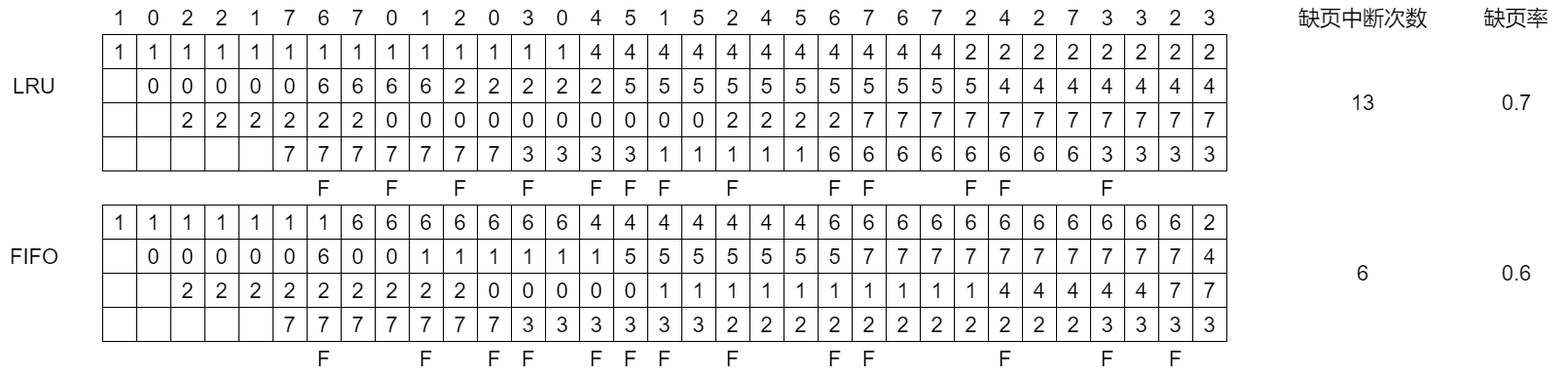
This is c.png from d12905/img, a draw.io export, as it was before one commit. Source tidied: cells renumbered, new cells last; positions are measured from the earlier drawing's top-left corner, leaving out a move shared by most shapes.
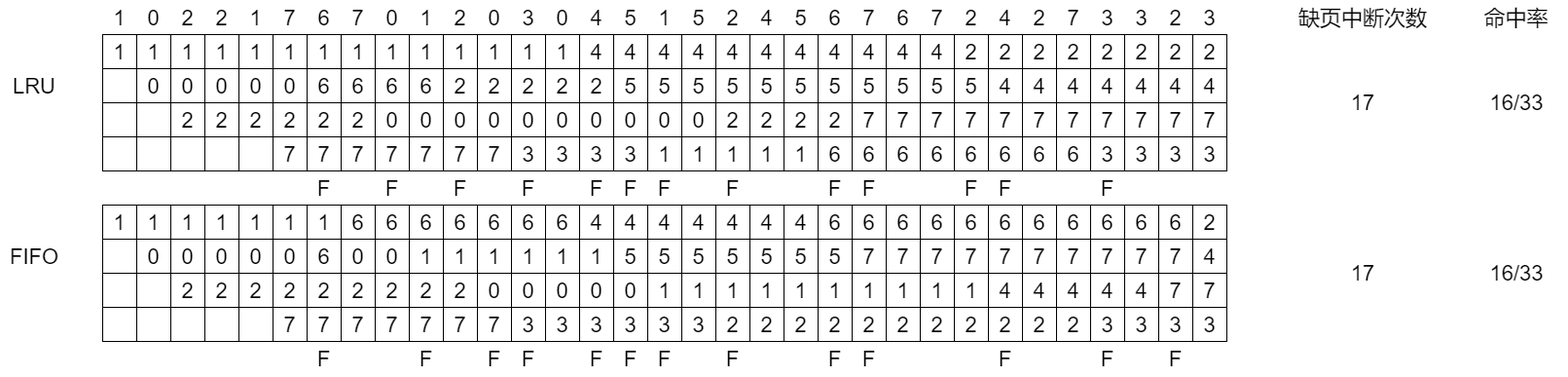
The same diagram one commit later.

Diff of the diagram source:
```diff
@@ -1007,19 +1007,19 @@
     <mxCell id="336" value="缺页中断次数" style="text;html=1;strokeColor=none;fillColor=none;align=center;verticalAlign=middle;whiteSpace=wrap;rounded=0;fontSize=22;" parent="1" vertex="1">
       <mxGeometry x="1330" width="140" height="35" as="geometry" />
     </mxCell>
-    <mxCell id="337" value="13" style="text;html=1;strokeColor=none;fillColor=none;align=center;verticalAlign=middle;whiteSpace=wrap;rounded=0;fontSize=22;" parent="1" vertex="1">
+    <mxCell id="337" value="17" style="text;html=1;strokeColor=none;fillColor=none;align=center;verticalAlign=middle;whiteSpace=wrap;rounded=0;fontSize=22;" parent="1" vertex="1">
       <mxGeometry x="1365" y="87.5" width="70" height="35" as="geometry" />
     </mxCell>
-    <mxCell id="338" value="6" style="text;html=1;strokeColor=none;fillColor=none;align=center;verticalAlign=middle;whiteSpace=wrap;rounded=0;fontSize=22;" parent="1" vertex="1">
+    <mxCell id="338" value="17" style="text;html=1;strokeColor=none;fillColor=none;align=center;verticalAlign=middle;whiteSpace=wrap;rounded=0;fontSize=22;" parent="1" vertex="1">
       <mxGeometry x="1365" y="262.5" width="70" height="35" as="geometry" />
     </mxCell>
-    <mxCell id="339" value="缺页率" style="text;html=1;strokeColor=none;fillColor=none;align=center;verticalAlign=middle;whiteSpace=wrap;rounded=0;fontSize=22;" parent="1" vertex="1">
+    <mxCell id="339" value="命中率" style="text;html=1;strokeColor=none;fillColor=none;align=center;verticalAlign=middle;whiteSpace=wrap;rounded=0;fontSize=22;" parent="1" vertex="1">
       <mxGeometry x="1505" width="105" height="35" as="geometry" />
     </mxCell>
-    <mxCell id="340" value="0.7" style="text;html=1;strokeColor=none;fillColor=none;align=center;verticalAlign=middle;whiteSpace=wrap;rounded=0;fontSize=22;" parent="1" vertex="1">
+    <mxCell id="340" value="16/33" style="text;html=1;strokeColor=none;fillColor=none;align=center;verticalAlign=middle;whiteSpace=wrap;rounded=0;fontSize=22;" parent="1" vertex="1">
       <mxGeometry x="1522.5" y="87.5" width="70" height="35" as="geometry" />
     </mxCell>
-    <mxCell id="341" value="0.6" style="text;html=1;strokeColor=none;fillColor=none;align=center;verticalAlign=middle;whiteSpace=wrap;rounded=0;fontSize=22;" parent="1" vertex="1">
+    <mxCell id="341" value="16/33" style="text;html=1;strokeColor=none;fillColor=none;align=center;verticalAlign=middle;whiteSpace=wrap;rounded=0;fontSize=22;" parent="1" vertex="1">
       <mxGeometry x="1522.5" y="262.5" width="70" height="35" as="geometry" />
     </mxCell>
     <mxCell id="342" value="F" style="text;html=1;strokeColor=none;fillColor=none;align=center;verticalAlign=middle;whiteSpace=wrap;rounded=0;fontSize=22;" parent="1" vertex="1">
```
